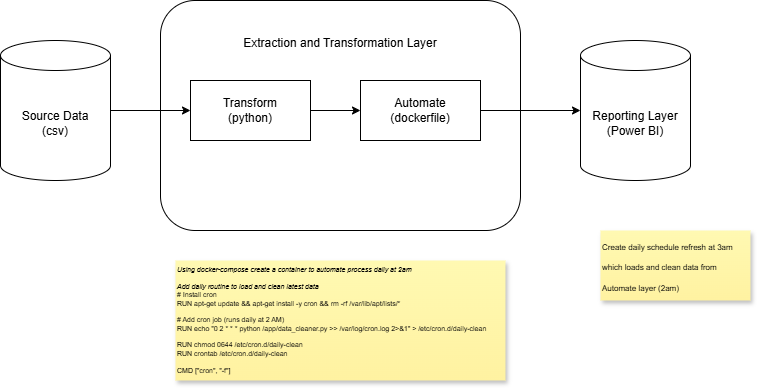
Above: Day 4/Library.drawio.png in paulrot26/Module-5---Product-Development (draw.io), before the change. Source tidied: cells renumbered, new cells last; positions are measured from the earlier drawing's top-left corner, leaving out a move shared by most shapes.
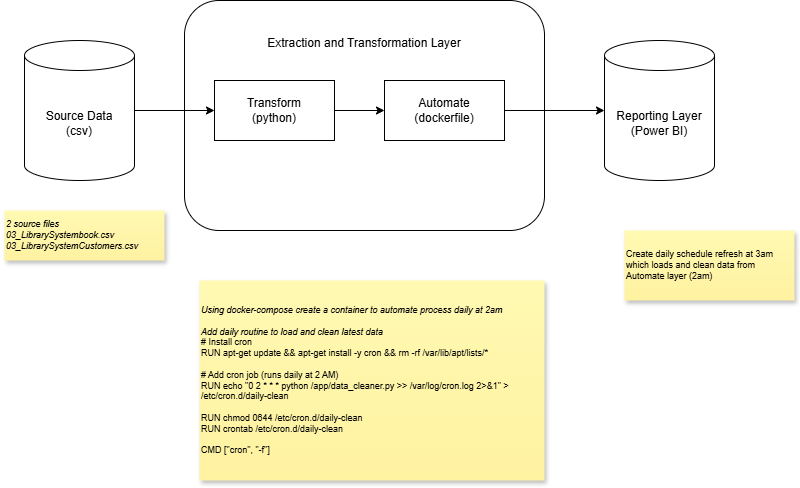
Above is the later version.

The edit, as a diff of the source:
```diff
@@ -26,11 +26,14 @@
     <mxCell id="9" value="Reporting Layer&lt;br&gt;(Power BI)" style="shape=cylinder3;whiteSpace=wrap;html=1;boundedLbl=1;backgroundOutline=1;size=15;" parent="1" vertex="1">
       <mxGeometry x="580" y="40" width="110" height="140" as="geometry" />
     </mxCell>
-    <mxCell id="10" value="&lt;div&gt;&lt;i&gt;Using docker-compose create a container to automate process daily at 2am&lt;/i&gt;&lt;/div&gt;&lt;div&gt;&lt;i&gt;&lt;br&gt;&lt;/i&gt;&lt;/div&gt;&lt;div&gt;&lt;i&gt;Add daily routine to load and clean latest data&lt;/i&gt;&lt;br&gt;# Install cron&lt;/div&gt;&lt;div&gt;RUN apt-get update &amp;amp;&amp;amp; apt-get install -y cron &amp;amp;&amp;amp; rm -rf /var/lib/apt/lists/*&lt;/div&gt;&lt;div&gt;&lt;br&gt;&lt;/div&gt;&lt;div&gt;# Add cron job (runs daily at 2 AM)&lt;/div&gt;&lt;div&gt;RUN echo &quot;0 2 * * * python /app/data_cleaner.py &amp;gt;&amp;gt; /var/log/cron.log 2&amp;gt;&amp;amp;1&quot; &amp;gt; /etc/cron.d/daily-clean&lt;/div&gt;&lt;div&gt;&lt;br&gt;&lt;/div&gt;&lt;div&gt;RUN chmod 0644 /etc/cron.d/daily-clean&lt;/div&gt;&lt;div&gt;RUN crontab /etc/cron.d/daily-clean&lt;/div&gt;&lt;div&gt;&lt;br&gt;&lt;/div&gt;&lt;div&gt;CMD [&quot;cron&quot;, &quot;-f&quot;]&lt;/div&gt;" style="shape=note;whiteSpace=wrap;html=1;backgroundOutline=1;autosizeText=1;fontColor=#000000;darkOpacity=0.05;fillColor=#FFF9B2;strokeColor=none;fillStyle=solid;fontSize=7;direction=west;gradientDirection=north;gradientColor=#FFF2A1;shadow=1;size=0;align=left;" parent="1" vertex="1">
-      <mxGeometry x="175" y="260" width="330" height="120" as="geometry" />
+    <mxCell id="10" value="&lt;div&gt;&lt;i&gt;Using docker-compose create a container to automate process daily at 2am&lt;/i&gt;&lt;/div&gt;&lt;div&gt;&lt;i&gt;&lt;br&gt;&lt;/i&gt;&lt;/div&gt;&lt;div&gt;&lt;i&gt;Add daily routine to load and clean latest data&lt;/i&gt;&lt;br&gt;# Install cron&lt;/div&gt;&lt;div&gt;RUN apt-get update &amp;amp;&amp;amp; apt-get install -y cron &amp;amp;&amp;amp; rm -rf /var/lib/apt/lists/*&lt;/div&gt;&lt;div&gt;&lt;br&gt;&lt;/div&gt;&lt;div&gt;# Add cron job (runs daily at 2 AM)&lt;/div&gt;&lt;div&gt;RUN echo &quot;0 2 * * * python /app/data_cleaner.py &amp;gt;&amp;gt; /var/log/cron.log 2&amp;gt;&amp;amp;1&quot; &amp;gt; /etc/cron.d/daily-clean&lt;/div&gt;&lt;div&gt;&lt;br&gt;&lt;/div&gt;&lt;div&gt;RUN chmod 0644 /etc/cron.d/daily-clean&lt;/div&gt;&lt;div&gt;RUN crontab /etc/cron.d/daily-clean&lt;/div&gt;&lt;div&gt;&lt;br&gt;&lt;/div&gt;&lt;div&gt;CMD [&quot;cron&quot;, &quot;-f&quot;]&lt;/div&gt;" style="shape=note;whiteSpace=wrap;html=1;backgroundOutline=1;autosizeText=1;fontColor=#000000;darkOpacity=0.05;fillColor=#FFF9B2;strokeColor=none;fillStyle=solid;fontSize=9;direction=west;gradientDirection=north;gradientColor=#FFF2A1;shadow=1;size=0;align=left;" parent="1" vertex="1">
+      <mxGeometry x="175" y="280" width="345" height="200" as="geometry" />
     </mxCell>
-    <mxCell id="11" value="&lt;font style=&quot;font-size: 8px;&quot;&gt;Create daily schedule refresh at 3am which loads and clean data from Automate layer (2am)&lt;/font&gt;" style="shape=note;whiteSpace=wrap;html=1;backgroundOutline=1;autosizeText=1;fontColor=#000000;darkOpacity=0.05;fillColor=#FFF9B2;strokeColor=none;fillStyle=solid;fontSize=17;direction=west;gradientDirection=north;gradientColor=#FFF2A1;shadow=1;size=0;align=left;verticalAlign=middle;" parent="1" vertex="1">
-      <mxGeometry x="600" y="230" width="150" height="70" as="geometry" />
+    <mxCell id="11" value="&lt;font&gt;Create daily schedule refresh at 3am which loads and clean data from Automate layer (2am)&lt;/font&gt;" style="shape=note;whiteSpace=wrap;html=1;backgroundOutline=1;autosizeText=1;fontColor=#000000;darkOpacity=0.05;fillColor=#FFF9B2;strokeColor=none;fillStyle=solid;fontSize=9;direction=west;gradientDirection=north;gradientColor=#FFF2A1;shadow=1;size=0;align=left;verticalAlign=middle;" parent="1" vertex="1">
+      <mxGeometry x="600" y="230" width="170" height="70" as="geometry" />
     </mxCell>
+    <mxCell id="12" value="&lt;i&gt;2 source files&lt;br&gt;03_LibrarySystembook.csv&lt;br&gt;03_LibrarySystemCustomers.csv&lt;/i&gt;" style="shape=note;whiteSpace=wrap;html=1;backgroundOutline=1;autosizeText=1;fontColor=#000000;darkOpacity=0.05;fillColor=#FFF9B2;strokeColor=none;fillStyle=solid;fontSize=9;direction=west;gradientDirection=north;gradientColor=#FFF2A1;shadow=1;size=0;align=left;" parent="1" vertex="1">
+      <mxGeometry x="-20" y="210" width="160" height="50" as="geometry" />
+    </mxCell>
   </root>
 </mxGraphModel>
```
